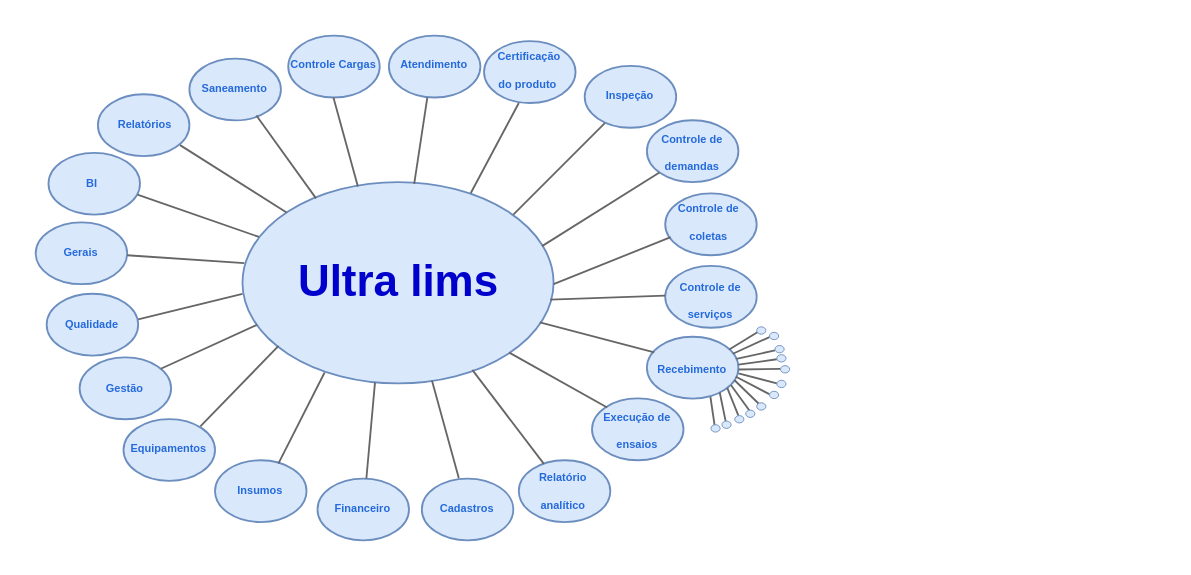
The draw.io diagram mapa_mental.drawio in gumartins03/mapa_mental, before the edit. Source tidied: cells renumbered, new cells numbered last; positions are measured from the earlier drawing's top-left corner, leaving out a move shared by most shapes. Both pictures are drawn from the tidied source at 183%, with x=0, y=0 at pixel (31, 29).
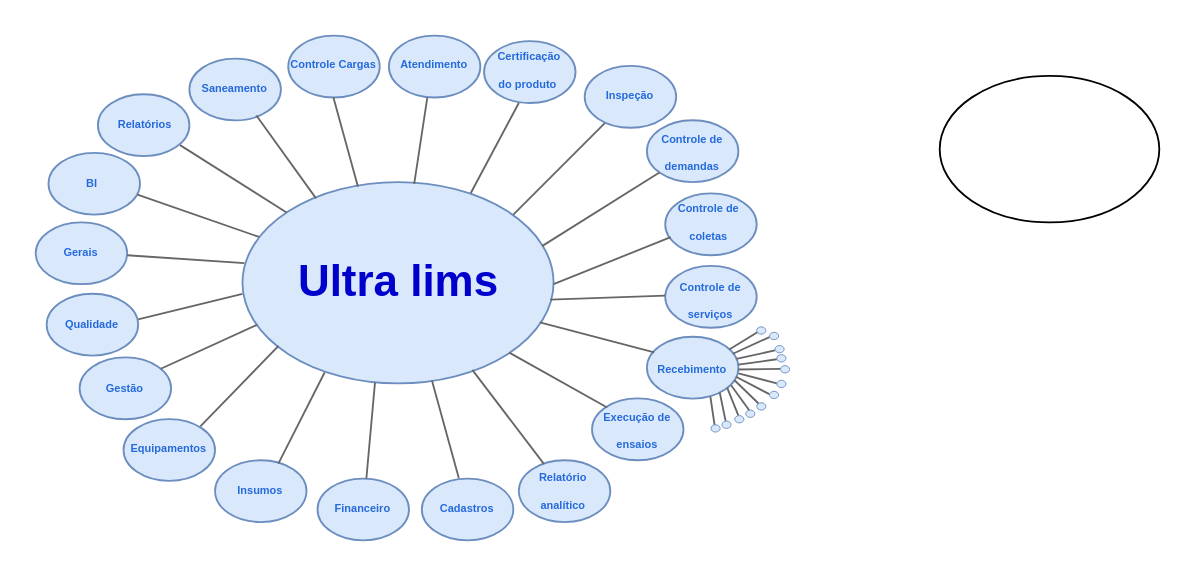
After the change.

What changed in the source:
```diff
@@
+    <mxCell id="88" style="ellipse;whiteSpace=wrap;html=1;" parent="1" vertex="1">
+      <mxGeometry x="496" y="25" width="120" height="80" as="geometry" />
+    </mxCell>
```
